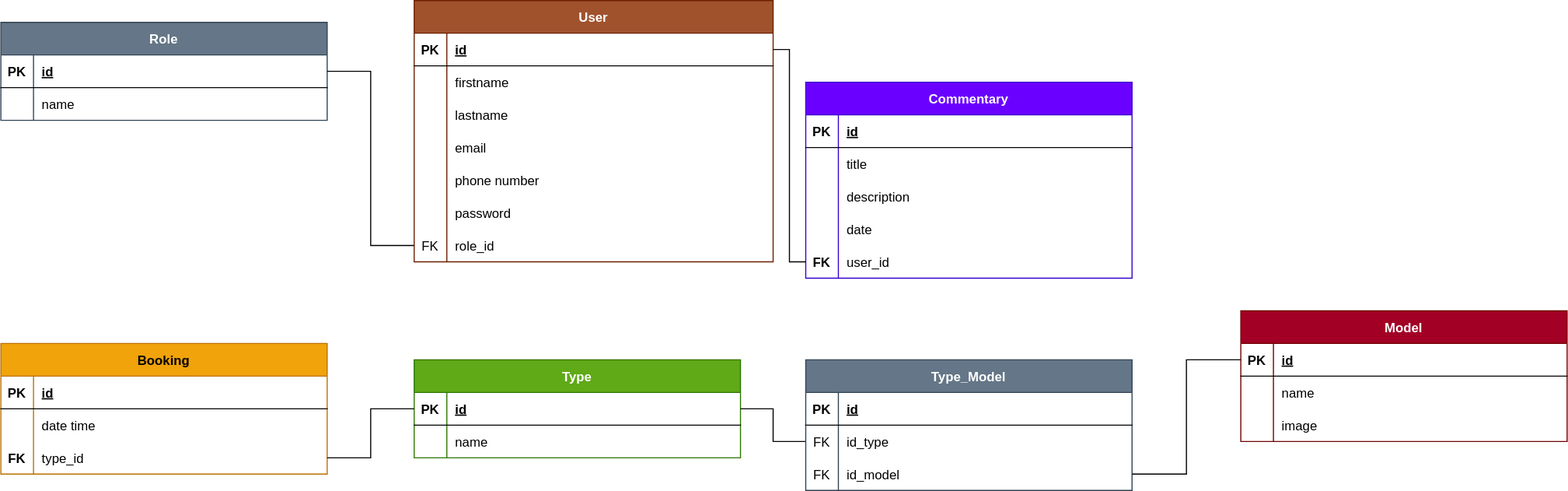
This is code/server/merise/MLD.drawio.svg from ikezadri/za.nails, a draw.io export, as it was before one commit. Source tidied: cells renumbered, new cells last; positions are measured from the earlier drawing's top-left corner, leaving out a move shared by most shapes.
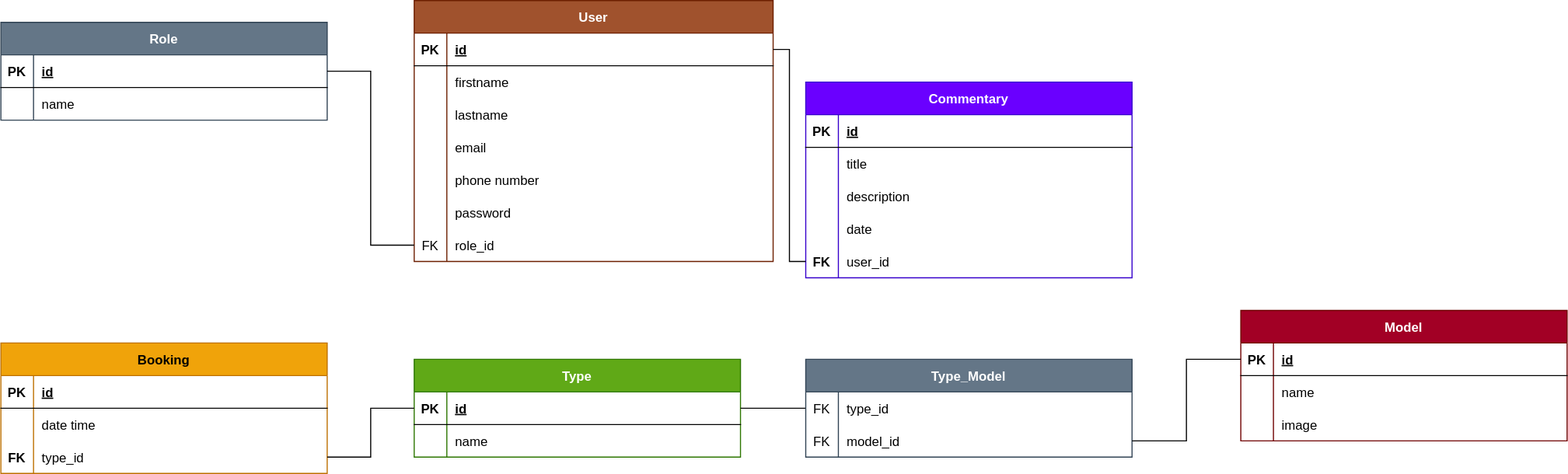
The same file after the commit.

Change to the diagram source:
```diff
@@ -228,33 +228,24 @@
       <mxGeometry relative="1" as="geometry" />
     </mxCell>
     <mxCell id="77" value="Type_Model" style="shape=table;startSize=30;rowLines=0;fontStyle=1;align=center;fillColor=#647687;fontColor=#ffffff;strokeColor=#314354;" parent="1" vertex="1">
-      <mxGeometry x="740" y="330" width="300" height="120" as="geometry" />
+      <mxGeometry x="740" y="330" width="300" height="90" as="geometry" />
     </mxCell>
-    <mxCell id="78" style="shape=tableRow;horizontal=0;startSize=0;swimlaneHead=0;swimlaneBody=0;fillColor=none;top=0;left=0;right=0;bottom=1;" parent="77" vertex="1">
-      <mxGeometry y="30" width="300" height="30" as="geometry" />
-    </mxCell>
-    <mxCell id="79" value="PK" style="shape=partialRectangle;fillColor=none;top=0;left=0;bottom=0;right=0;fontStyle=1;overflow=hidden;" parent="78" vertex="1">
-      <mxGeometry width="30" height="30" as="geometry" />
-    </mxCell>
-    <mxCell id="80" value="id " style="shape=partialRectangle;fillColor=none;top=0;left=0;bottom=0;right=0;align=left;spacingLeft=6;fontStyle=5;overflow=hidden;" parent="78" vertex="1">
-      <mxGeometry x="30" width="270" height="30" as="geometry" />
-    </mxCell>
     <mxCell id="81" style="shape=tableRow;horizontal=0;startSize=0;swimlaneHead=0;swimlaneBody=0;fillColor=none;points=[[0,0.5],[1,0.5]];portConstraint=eastwest;top=0;left=0;right=0;bottom=0;" parent="77" vertex="1">
-      <mxGeometry y="60" width="300" height="30" as="geometry" />
+      <mxGeometry y="30" width="300" height="30" as="geometry" />
     </mxCell>
     <mxCell id="82" value="FK" style="shape=partialRectangle;fillColor=none;top=0;left=0;bottom=0;right=0;overflow=hidden;" parent="81" vertex="1">
       <mxGeometry width="30" height="30" as="geometry" />
     </mxCell>
-    <mxCell id="83" value="id_type" style="shape=partialRectangle;fillColor=none;top=0;left=0;bottom=0;right=0;align=left;spacingLeft=6;overflow=hidden;" parent="81" vertex="1">
+    <mxCell id="83" value="type_id" style="shape=partialRectangle;fillColor=none;top=0;left=0;bottom=0;right=0;align=left;spacingLeft=6;overflow=hidden;" parent="81" vertex="1">
       <mxGeometry x="30" width="270" height="30" as="geometry" />
     </mxCell>
     <mxCell id="84" style="shape=tableRow;horizontal=0;startSize=0;swimlaneHead=0;swimlaneBody=0;fillColor=none;points=[[0,0.5],[1,0.5]];portConstraint=eastwest;top=0;left=0;right=0;bottom=0;" parent="77" vertex="1">
-      <mxGeometry y="90" width="300" height="30" as="geometry" />
+      <mxGeometry y="60" width="300" height="30" as="geometry" />
     </mxCell>
     <mxCell id="85" value="FK" style="shape=partialRectangle;fillColor=none;top=0;left=0;bottom=0;right=0;overflow=hidden;" parent="84" vertex="1">
       <mxGeometry width="30" height="30" as="geometry" />
     </mxCell>
-    <mxCell id="86" value="id_model" style="shape=partialRectangle;fillColor=none;top=0;left=0;bottom=0;right=0;align=left;spacingLeft=6;overflow=hidden;" parent="84" vertex="1">
+    <mxCell id="86" value="model_id" style="shape=partialRectangle;fillColor=none;top=0;left=0;bottom=0;right=0;align=left;spacingLeft=6;overflow=hidden;" parent="84" vertex="1">
       <mxGeometry x="30" width="270" height="30" as="geometry" />
     </mxCell>
     <mxCell id="87" style="endArrow=none;html=1;rounded=0;exitX=1;exitY=0.5;exitDx=0;exitDy=0;entryX=0;entryY=0.5;entryDx=0;entryDy=0;edgeStyle=orthogonalEdgeStyle;" parent="1" edge="1" source="84" target="50">
```
